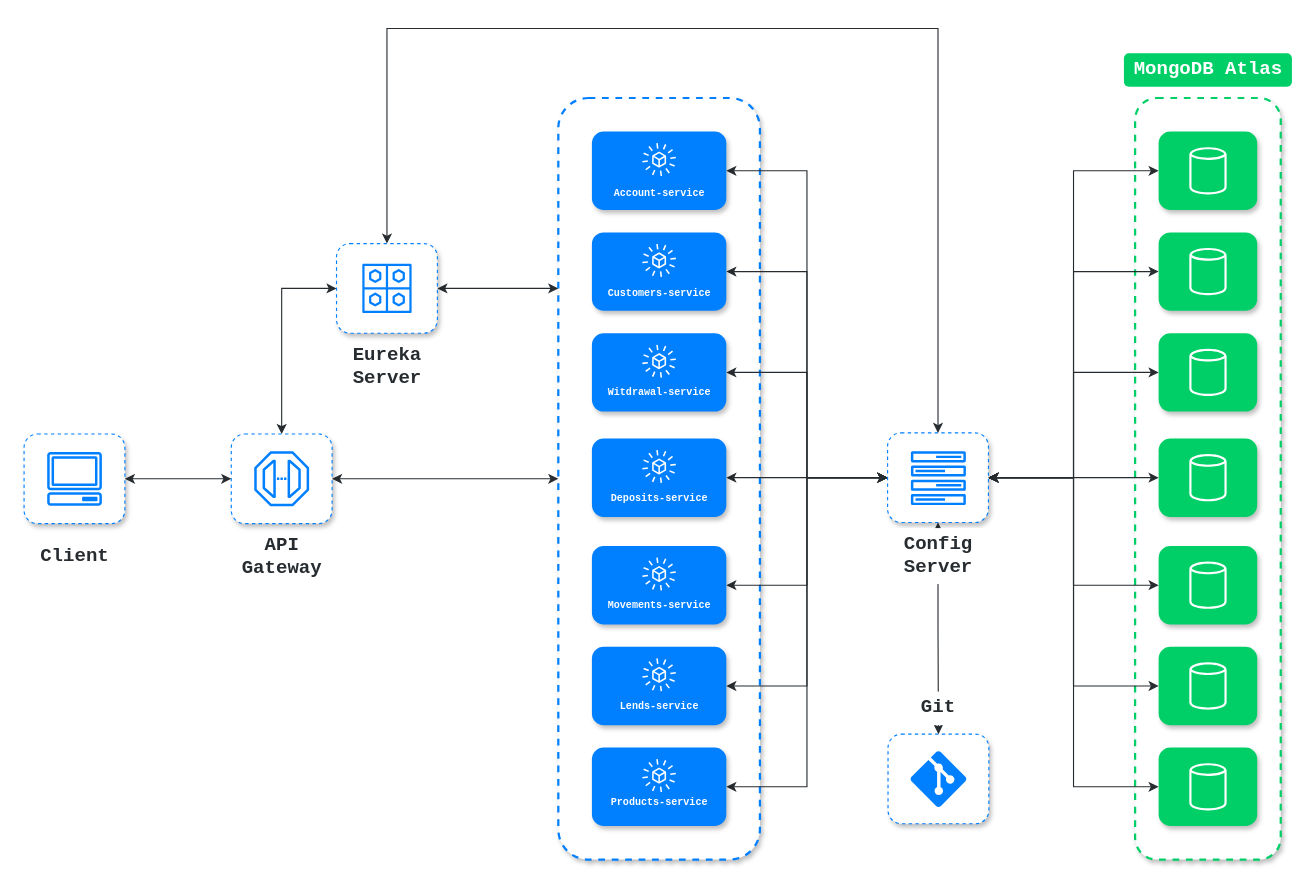
Before: Untitled Diagram.drawio in JorgeEspinozaC2K/banking-microservices-diagram, a draw.io diagram. Source tidied: cells renumbered, new cells numbered last; positions are measured from the earlier drawing's top-left corner, leaving out a move shared by most shapes. Both pictures are drawn from the tidied source at 112%, with x=0, y=0 at pixel (24, 28).
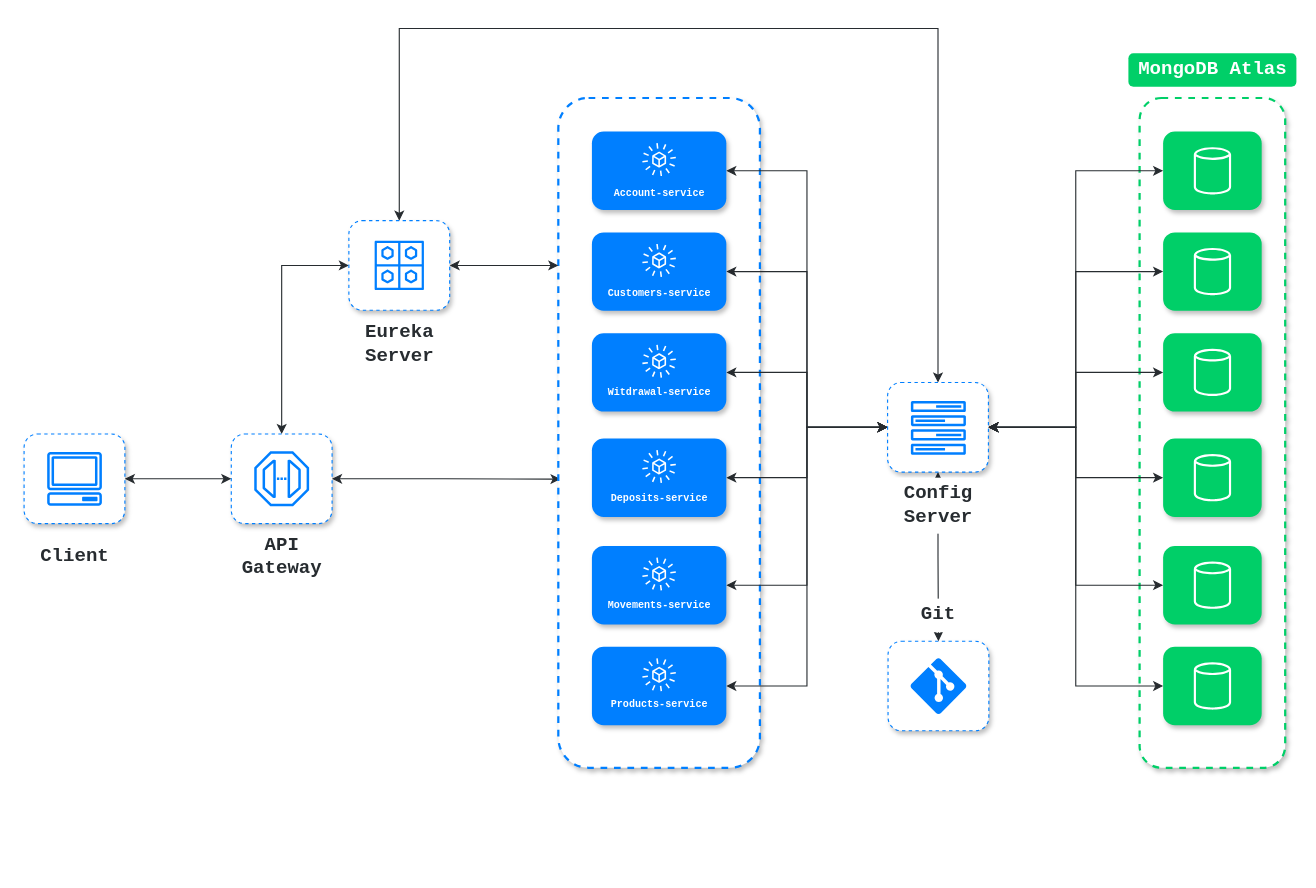
Above is the later version.

The change refers to these unchanged cells:
```xml
<mxCell id="5" style="rounded=1;whiteSpace=wrap;html=1;strokeColor=#007FFF;dashed=1;shadow=1;" parent="1" vertex="1">
  <mxGeometry x="185" y="362" width="90" height="80" as="geometry" />
</mxCell>
```

Diff of the diagram source:
```diff
@@
     <mxCell id="2" style="rounded=1;whiteSpace=wrap;html=1;shadow=1;glass=0;labelBackgroundColor=none;fontFamily=Courier New;fontSize=17;fontColor=#272C30;strokeColor=#00CF68;strokeWidth=2;fillColor=default;dashed=1;" parent="1" vertex="1">
-      <mxGeometry x="992" y="62" width="130" height="680" as="geometry" />
+      <mxGeometry x="996" y="62" width="130" height="598" as="geometry" />
     </mxCell>
@@
-    <mxCell id="4" style="edgeStyle=orthogonalEdgeStyle;rounded=0;sketch=0;jettySize=auto;html=1;shadow=0;fontFamily=Courier New;fontSize=17;fontColor=#272C30;startArrow=classic;startFill=1;endArrow=classic;endFill=1;strokeColor=#272C30;strokeWidth=1;entryX=0;entryY=0.5;entryDx=0;entryDy=0;" parent="1" edge="1" source="5" target="12">
+    <mxCell id="4" style="edgeStyle=orthogonalEdgeStyle;rounded=0;sketch=0;jettySize=auto;html=1;shadow=0;fontFamily=Courier New;fontSize=17;fontColor=#272C30;startArrow=classic;startFill=1;endArrow=classic;endFill=1;strokeColor=#272C30;strokeWidth=1;entryX=0.011;entryY=0.569;entryDx=0;entryDy=0;entryPerimeter=0;" parent="1" edge="1" source="5" target="12">
       <mxGeometry relative="1" as="geometry" />
     </mxCell>
@@
     <mxCell id="12" style="rounded=1;whiteSpace=wrap;html=1;shadow=1;glass=0;labelBackgroundColor=none;fontFamily=Courier New;fontSize=17;fontColor=#272C30;strokeColor=#007FFF;strokeWidth=2;fillColor=default;dashed=1;" parent="1" vertex="1">
-      <mxGeometry x="477" y="62" width="180" height="680" as="geometry" />
+      <mxGeometry x="477" y="62" width="180" height="598" as="geometry" />
     </mxCell>
@@
-    <mxCell id="14" style="edgeStyle=orthogonalEdgeStyle;rounded=0;sketch=0;jettySize=auto;html=1;shadow=0;fontFamily=Courier New;fontSize=9;fontColor=#FFFFFF;startArrow=classic;startFill=1;endArrow=classic;endFill=1;strokeColor=#272C30;strokeWidth=1;" parent="1" edge="1" source="15" target="69">
+    <mxCell id="14" style="edgeStyle=orthogonalEdgeStyle;rounded=0;sketch=0;jettySize=auto;html=1;shadow=0;fontFamily=Courier New;fontSize=9;fontColor=#FFFFFF;startArrow=classic;startFill=1;endArrow=classic;endFill=1;strokeColor=#272C30;strokeWidth=1;exitX=0.5;exitY=0;exitDx=0;exitDy=0;" parent="1" edge="1" source="15" target="69">
       <mxGeometry relative="1" as="geometry">
         <Array as="points">
-          <mxPoint x="324" />
+          <mxPoint x="335" />
           <mxPoint x="816" />
         </Array>
       </mxGeometry>
     </mxCell>
     <mxCell id="15" style="rounded=1;whiteSpace=wrap;html=1;strokeColor=#007FFF;dashed=1;shadow=1;" parent="1" vertex="1">
-      <mxGeometry x="279" y="192" width="90" height="80" as="geometry" />
+      <mxGeometry x="290" y="171.5" width="90" height="80" as="geometry" />
     </mxCell>
     <mxCell id="16" value="Eureka&lt;br&gt;Server" style="text;html=1;align=center;verticalAlign=middle;strokeColor=none;fillColor=none;strokeWidth=6;fontSize=17;fontFamily=Courier New;fontStyle=1;labelBackgroundColor=none;fontColor=#272C30;" parent="1" vertex="1">
-      <mxGeometry x="284" y="277" width="80" height="50" as="geometry" />
+      <mxGeometry x="295" y="256.5" width="80" height="50" as="geometry" />
     </mxCell>
     <mxCell id="17" style="sketch=0;fontColor=#232F3E;gradientColor=none;fillColor=#007FFF;strokeColor=none;dashed=0;verticalLabelPosition=bottom;verticalAlign=top;align=center;html=1;fontSize=12;fontStyle=0;shape=mxgraph.aws4.eventbridge_schema_registry;rounded=1;shadow=0;glass=0;labelBackgroundColor=none;fontFamily=Courier New;" parent="1" vertex="1">
-      <mxGeometry x="302" y="210" width="44" height="44" as="geometry" />
+      <mxGeometry x="313" y="189.5" width="44" height="44" as="geometry" />
     </mxCell>
@@
-    <mxCell id="38" style="edgeStyle=orthogonalEdgeStyle;rounded=0;sketch=0;jettySize=auto;html=1;shadow=0;fontFamily=Courier New;fontSize=9;fontColor=#00CF68;startArrow=classic;startFill=1;endArrow=classic;endFill=1;strokeColor=#272C30;strokeWidth=1;entryX=0;entryY=0.5;entryDx=0;entryDy=0;" parent="1" edge="1" source="39" target="69">
-      <mxGeometry relative="1" as="geometry" />
-    </mxCell>
-    <mxCell id="39" style="rounded=1;whiteSpace=wrap;html=1;strokeColor=none;dashed=1;shadow=1;fillColor=#007FFF;" parent="1" vertex="1">
-      <mxGeometry x="507" y="552" width="120" height="70" as="geometry" />
-    </mxCell>
-    <mxCell id="40" value="&lt;font style=&quot;font-size: 9px&quot;&gt;Lends-service&lt;/font&gt;" style="text;html=1;align=center;verticalAlign=middle;strokeColor=none;fillColor=none;strokeWidth=3;fontSize=9;fontFamily=Courier New;fontStyle=1;labelBackgroundColor=none;fontColor=#FFFFFF;" parent="1" vertex="1">
-      <mxGeometry x="522" y="596" width="90" height="20" as="geometry" />
-    </mxCell>
-    <mxCell id="41" style="sketch=0;fontColor=#232F3E;gradientColor=none;fillColor=#FFFFFF;strokeColor=none;dashed=0;verticalLabelPosition=bottom;verticalAlign=top;align=center;html=1;fontSize=12;fontStyle=0;shape=mxgraph.aws4.eventbridge_saas_partner_event_bus_resource;rounded=1;shadow=0;glass=0;labelBackgroundColor=none;fontFamily=Courier New;" parent="1" vertex="1">
-      <mxGeometry x="552" y="562" width="30" height="30" as="geometry" />
-    </mxCell>
@@
     <mxCell id="43" style="rounded=1;whiteSpace=wrap;html=1;strokeColor=none;dashed=1;shadow=1;fillColor=#007FFF;" parent="1" vertex="1">
-      <mxGeometry x="507" y="642" width="120" height="70" as="geometry" />
+      <mxGeometry x="507" y="552" width="120" height="70" as="geometry" />
     </mxCell>
     <mxCell id="44" value="&lt;font style=&quot;font-size: 9px&quot;&gt;Products-service&lt;/font&gt;" style="text;html=1;align=center;verticalAlign=middle;strokeColor=none;fillColor=none;strokeWidth=3;fontSize=9;fontFamily=Courier New;fontStyle=1;labelBackgroundColor=none;fontColor=#FFFFFF;" parent="1" vertex="1">
-      <mxGeometry x="517" y="682" width="100" height="20" as="geometry" />
+      <mxGeometry x="517" y="594" width="100" height="20" as="geometry" />
     </mxCell>
     <mxCell id="45" style="sketch=0;fontColor=#232F3E;gradientColor=none;fillColor=#FFFFFF;strokeColor=none;dashed=0;verticalLabelPosition=bottom;verticalAlign=top;align=center;html=1;fontSize=12;fontStyle=0;shape=mxgraph.aws4.eventbridge_saas_partner_event_bus_resource;rounded=1;shadow=0;glass=0;labelBackgroundColor=none;fontFamily=Courier New;" parent="1" vertex="1">
-      <mxGeometry x="552" y="652" width="30" height="30" as="geometry" />
+      <mxGeometry x="552" y="562" width="30" height="30" as="geometry" />
     </mxCell>
     <mxCell id="46" style="rounded=1;whiteSpace=wrap;html=1;strokeColor=none;dashed=1;shadow=1;fillColor=#00CF68;" parent="1" vertex="1">
-      <mxGeometry x="1013" y="92" width="88" height="70" as="geometry" />
+      <mxGeometry x="1017" y="92" width="88" height="70" as="geometry" />
     </mxCell>
     <mxCell id="47" style="sketch=0;fontColor=#232F3E;gradientColor=none;fillColor=#FFFFFF;strokeColor=none;dashed=0;verticalLabelPosition=bottom;verticalAlign=top;align=center;html=1;fontSize=12;fontStyle=0;shape=mxgraph.aws4.generic_database;rounded=1;shadow=0;glass=0;labelBackgroundColor=none;fontFamily=Courier New;" parent="1" vertex="1">
-      <mxGeometry x="1040.4" y="105" width="33.3" height="44" as="geometry" />
+      <mxGeometry x="1044.4" y="105" width="33.3" height="44" as="geometry" />
     </mxCell>
     <mxCell id="48" value="MongoDB Atlas" style="text;html=1;align=center;verticalAlign=middle;strokeColor=none;fillColor=#00CF68;strokeWidth=1;fontSize=17;fontFamily=Courier New;fontStyle=1;labelBackgroundColor=none;fontColor=#FFFFFF;rounded=1;" parent="1" vertex="1">
-      <mxGeometry x="982" y="22" width="150" height="30" as="geometry" />
+      <mxGeometry x="986" y="22" width="150" height="30" as="geometry" />
     </mxCell>
     <mxCell id="49" style="rounded=1;whiteSpace=wrap;html=1;strokeColor=none;dashed=1;shadow=1;fillColor=#00CF68;" parent="1" vertex="1">
-      <mxGeometry x="1013" y="182" width="88" height="70" as="geometry" />
+      <mxGeometry x="1017" y="182" width="88" height="70" as="geometry" />
     </mxCell>
     <mxCell id="50" style="sketch=0;fontColor=#232F3E;gradientColor=none;fillColor=#FFFFFF;strokeColor=none;dashed=0;verticalLabelPosition=bottom;verticalAlign=top;align=center;html=1;fontSize=12;fontStyle=0;shape=mxgraph.aws4.generic_database;rounded=1;shadow=0;glass=0;labelBackgroundColor=none;fontFamily=Courier New;" parent="1" vertex="1">
-      <mxGeometry x="1040.4" y="195" width="33.3" height="44" as="geometry" />
+      <mxGeometry x="1044.4" y="195" width="33.3" height="44" as="geometry" />
     </mxCell>
     <mxCell id="51" style="rounded=1;whiteSpace=wrap;html=1;strokeColor=none;dashed=1;shadow=1;fillColor=#00CF68;" parent="1" vertex="1">
-      <mxGeometry x="1013" y="272" width="88" height="70" as="geometry" />
+      <mxGeometry x="1017" y="272" width="88" height="70" as="geometry" />
     </mxCell>
     <mxCell id="52" style="sketch=0;fontColor=#232F3E;gradientColor=none;fillColor=#FFFFFF;strokeColor=none;dashed=0;verticalLabelPosition=bottom;verticalAlign=top;align=center;html=1;fontSize=12;fontStyle=0;shape=mxgraph.aws4.generic_database;rounded=1;shadow=0;glass=0;labelBackgroundColor=none;fontFamily=Courier New;" parent="1" vertex="1">
-      <mxGeometry x="1040.4" y="285" width="33.3" height="44" as="geometry" />
+      <mxGeometry x="1044.4" y="285" width="33.3" height="44" as="geometry" />
     </mxCell>
     <mxCell id="53" style="rounded=1;whiteSpace=wrap;html=1;strokeColor=none;dashed=1;shadow=1;fillColor=#00CF68;" parent="1" vertex="1">
-      <mxGeometry x="1013" y="366" width="88" height="70" as="geometry" />
+      <mxGeometry x="1017" y="366" width="88" height="70" as="geometry" />
     </mxCell>
     <mxCell id="54" style="sketch=0;fontColor=#232F3E;gradientColor=none;fillColor=#FFFFFF;strokeColor=none;dashed=0;verticalLabelPosition=bottom;verticalAlign=top;align=center;html=1;fontSize=12;fontStyle=0;shape=mxgraph.aws4.generic_database;rounded=1;shadow=0;glass=0;labelBackgroundColor=none;fontFamily=Courier New;" parent="1" vertex="1">
-      <mxGeometry x="1040.4" y="379" width="33.3" height="44" as="geometry" />
+      <mxGeometry x="1044.4" y="379" width="33.3" height="44" as="geometry" />
     </mxCell>
     <mxCell id="55" style="rounded=1;whiteSpace=wrap;html=1;strokeColor=none;dashed=1;shadow=1;fillColor=#00CF68;" parent="1" vertex="1">
-      <mxGeometry x="1013" y="462" width="88" height="70" as="geometry" />
+      <mxGeometry x="1017" y="462" width="88" height="70" as="geometry" />
     </mxCell>
     <mxCell id="56" style="sketch=0;fontColor=#232F3E;gradientColor=none;fillColor=#FFFFFF;strokeColor=none;dashed=0;verticalLabelPosition=bottom;verticalAlign=top;align=center;html=1;fontSize=12;fontStyle=0;shape=mxgraph.aws4.generic_database;rounded=1;shadow=0;glass=0;labelBackgroundColor=none;fontFamily=Courier New;" parent="1" vertex="1">
-      <mxGeometry x="1040.4" y="475" width="33.3" height="44" as="geometry" />
+      <mxGeometry x="1044.4" y="475" width="33.3" height="44" as="geometry" />
     </mxCell>
-    <mxCell id="57" style="rounded=1;whiteSpace=wrap;html=1;strokeColor=none;dashed=1;shadow=1;fillColor=#00CF68;" parent="1" vertex="1">
-      <mxGeometry x="1013" y="552" width="88" height="70" as="geometry" />
-    </mxCell>
-    <mxCell id="58" style="sketch=0;fontColor=#232F3E;gradientColor=none;fillColor=#FFFFFF;strokeColor=none;dashed=0;verticalLabelPosition=bottom;verticalAlign=top;align=center;html=1;fontSize=12;fontStyle=0;shape=mxgraph.aws4.generic_database;rounded=1;shadow=0;glass=0;labelBackgroundColor=none;fontFamily=Courier New;" parent="1" vertex="1">
-      <mxGeometry x="1040.4" y="565" width="33.3" height="44" as="geometry" />
-    </mxCell>
     <mxCell id="59" style="rounded=1;whiteSpace=wrap;html=1;strokeColor=none;dashed=1;shadow=1;fillColor=#00CF68;" parent="1" vertex="1">
-      <mxGeometry x="1013" y="642" width="88" height="70" as="geometry" />
+      <mxGeometry x="1017" y="552" width="88" height="70" as="geometry" />
     </mxCell>
     <mxCell id="60" style="sketch=0;fontColor=#232F3E;gradientColor=none;fillColor=#FFFFFF;strokeColor=none;dashed=0;verticalLabelPosition=bottom;verticalAlign=top;align=center;html=1;fontSize=12;fontStyle=0;shape=mxgraph.aws4.generic_database;rounded=1;shadow=0;glass=0;labelBackgroundColor=none;fontFamily=Courier New;" parent="1" vertex="1">
-      <mxGeometry x="1040.4" y="655" width="33.3" height="44" as="geometry" />
+      <mxGeometry x="1044.4" y="565" width="33.3" height="44" as="geometry" />
     </mxCell>
@@
-    <mxCell id="66" style="edgeStyle=orthogonalEdgeStyle;rounded=0;sketch=0;jettySize=auto;html=1;entryX=0;entryY=0.5;entryDx=0;entryDy=0;shadow=0;fontFamily=Courier New;fontSize=9;fontColor=#FFFFFF;startArrow=classic;startFill=1;endArrow=classic;endFill=1;strokeColor=#272C30;strokeWidth=1;" parent="1" edge="1" source="69" target="57">
-      <mxGeometry relative="1" as="geometry" />
-    </mxCell>
@@
     <mxCell id="69" style="rounded=1;whiteSpace=wrap;html=1;strokeColor=#007FFF;dashed=1;shadow=1;" parent="1" vertex="1">
-      <mxGeometry x="771" y="361" width="90" height="80" as="geometry" />
+      <mxGeometry x="771" y="316" width="90" height="80" as="geometry" />
     </mxCell>
     <mxCell id="70" value="Config&lt;br&gt;Server" style="text;html=1;align=center;verticalAlign=middle;strokeColor=none;fillColor=default;strokeWidth=6;fontSize=17;fontFamily=Courier New;fontStyle=1;labelBackgroundColor=none;fontColor=#272C30;glass=0;rounded=0;" parent="1" vertex="1">
-      <mxGeometry x="776" y="446" width="80" height="50" as="geometry" />
+      <mxGeometry x="776" y="401" width="80" height="50" as="geometry" />
     </mxCell>
     <mxCell id="71" style="rounded=1;whiteSpace=wrap;html=1;strokeColor=#007FFF;dashed=1;shadow=1;" parent="1" vertex="1">
-      <mxGeometry x="771.4" y="630" width="90" height="80" as="geometry" />
+      <mxGeometry x="771.4" y="547" width="90" height="80" as="geometry" />
     </mxCell>
     <mxCell id="72" value="Git" style="text;html=1;align=center;verticalAlign=middle;strokeColor=none;fillColor=default;strokeWidth=6;fontSize=17;fontFamily=Courier New;fontStyle=1;labelBackgroundColor=none;fontColor=#272C30;" parent="1" vertex="1">
-      <mxGeometry x="791.4" y="592" width="50" height="30" as="geometry" />
+      <mxGeometry x="791.4" y="509" width="50" height="30" as="geometry" />
     </mxCell>
     <mxCell id="73" style="verticalLabelPosition=bottom;html=1;verticalAlign=top;align=center;strokeColor=none;fillColor=#007FFF;shape=mxgraph.azure.git_repository;rounded=1;shadow=0;glass=0;labelBackgroundColor=none;fontFamily=Courier New;fontSize=9;fontColor=#FFFFFF;" parent="1" vertex="1">
-      <mxGeometry x="791.4" y="645" width="50" height="50" as="geometry" />
+      <mxGeometry x="791.4" y="562" width="50" height="50" as="geometry" />
     </mxCell>
     <mxCell id="74" style="sketch=0;fontColor=#232F3E;gradientColor=none;fillColor=#007FFF;strokeColor=none;dashed=0;verticalLabelPosition=bottom;verticalAlign=top;align=center;html=1;fontSize=12;fontStyle=0;shape=mxgraph.aws4.forums;rounded=1;shadow=0;glass=0;labelBackgroundColor=none;fontFamily=Courier New;" parent="1" vertex="1">
-      <mxGeometry x="791.7" y="377.5" width="49.3" height="48" as="geometry" />
+      <mxGeometry x="791.7" y="332.5" width="49.3" height="48" as="geometry" />
     </mxCell>
```
